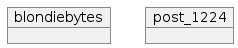
The PlantUML diagram plantuml.png in DanielMevs/Microservices-Using-Python, before a commit.
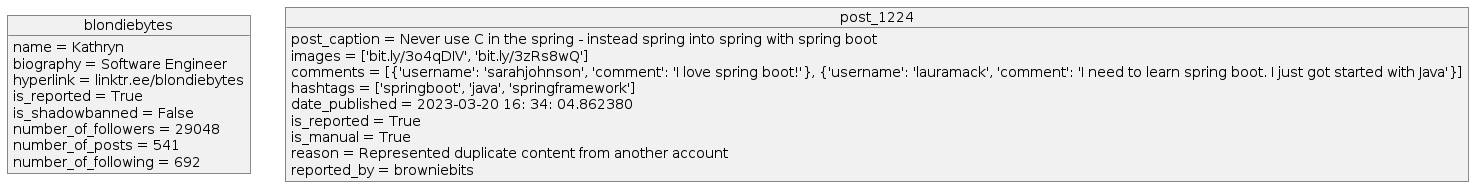
After the change.

Commit message:
added data to each node in the PlantUML graph

The edit, as a diff of the source:
```diff
@@ -1,4 +1,21 @@
 @startuml
 object blondiebytes
+blondiebytes : name = Kathryn
+blondiebytes : biography = Software Engineer
+blondiebytes : hyperlink = linktr.ee/blondiebytes
+blondiebytes : is_reported = True
+blondiebytes : is_shadowbanned = False
+blondiebytes : number_of_followers = 29048
+blondiebytes : number_of_posts = 541
+blondiebytes : number_of_following = 692
 object post_1224
+post_1224 : post_caption = Never use C in the spring - instead spring into spring with spring boot
+post_1224 : images = ['bit.ly/3o4qDIV', 'bit.ly/3zRs8wQ']
+post_1224 : comments = [{'username': 'sarahjohnson', 'comment': 'I love spring boot!'}, {'username': 'lauramack', 'comment': 'I need to learn spring boot. I just got started with Java'}]
+post_1224 : hashtags = ['springboot', 'java', 'springframework']
+post_1224 : date_published = 2023-03-20 16: 34: 04.862380
+post_1224 : is_reported = True
+post_1224 : is_manual = True
+post_1224 : reason = Represented duplicate content from another account
+post_1224 : reported_by = browniebits
 @enduml
```
